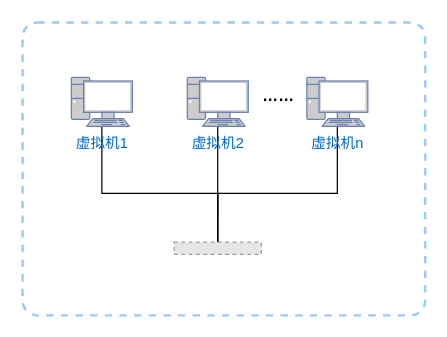
This is drawio/虚拟机网络隔离.drawio from hezhuma/image-repo, a draw.io file, before an edit. Source tidied: cells renumbered, new cells numbered last; positions are measured from the earlier drawing's top-left corner, leaving out a move shared by most shapes. Both pictures are drawn from the tidied source at 122%, with x=0, y=0 at pixel (22, 22). Pictures stored in the file or linked from it are replaced by grey dashed boxes.
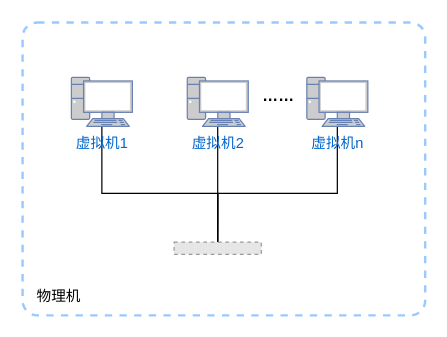
The same page after the edit.

Commit message (it also covers changes not shown here):
更新虚拟机网络隔离.drawio

The edit, as a diff of the source:
```diff
@@
 <mxGraphModel>
   <root>
     <mxCell id="0" />
     <mxCell id="1" parent="0" />
     <mxCell id="2" style="rounded=1;whiteSpace=wrap;html=1;arcSize=5;strokeWidth=2;dashed=1;strokeColor=#99C9FF;" parent="1" vertex="1">
       <mxGeometry width="330" height="240" as="geometry" />
     </mxCell>
     <mxCell id="3" style="edgeStyle=orthogonalEdgeStyle;rounded=0;jettySize=auto;html=1;entryX=0.5;entryY=0;entryDx=0;entryDy=0;endArrow=none;endFill=0;" parent="1" edge="1" source="4" target="10">
       <mxGeometry relative="1" as="geometry">
         <Array as="points">
           <mxPoint x="65" y="140" />
           <mxPoint x="160" y="140" />
         </Array>
       </mxGeometry>
     </mxCell>
     <mxCell id="4" value="虚拟机1" style="fontColor=#0066CC;verticalAlign=top;verticalLabelPosition=bottom;labelPosition=center;align=center;html=1;outlineConnect=0;fillColor=#CCCCCC;strokeColor=#6881B3;gradientColor=none;gradientDirection=north;strokeWidth=2;shape=mxgraph.networks.pc;" parent="1" vertex="1">
       <mxGeometry x="40" y="45" width="50" height="40" as="geometry" />
     </mxCell>
     <mxCell id="5" style="edgeStyle=orthogonalEdgeStyle;rounded=0;jettySize=auto;html=1;entryX=0.5;entryY=0;entryDx=0;entryDy=0;endArrow=none;endFill=0;" parent="1" edge="1" source="6" target="10">
       <mxGeometry relative="1" as="geometry" />
     </mxCell>
     <mxCell id="6" value="虚拟机2" style="fontColor=#0066CC;verticalAlign=top;verticalLabelPosition=bottom;labelPosition=center;align=center;html=1;outlineConnect=0;fillColor=#CCCCCC;strokeColor=#6881B3;gradientColor=none;gradientDirection=north;strokeWidth=2;shape=mxgraph.networks.pc;" parent="1" vertex="1">
       <mxGeometry x="135" y="45" width="50" height="40" as="geometry" />
     </mxCell>
     <mxCell id="7" style="edgeStyle=orthogonalEdgeStyle;rounded=0;jettySize=auto;html=1;entryX=0.5;entryY=0;entryDx=0;entryDy=0;endArrow=none;endFill=0;" parent="1" edge="1" source="8" target="10">
       <mxGeometry relative="1" as="geometry">
         <Array as="points">
           <mxPoint x="258" y="140" />
           <mxPoint x="160" y="140" />
         </Array>
       </mxGeometry>
     </mxCell>
     <mxCell id="8" value="虚拟机n" style="fontColor=#0066CC;verticalAlign=top;verticalLabelPosition=bottom;labelPosition=center;align=center;html=1;outlineConnect=0;fillColor=#CCCCCC;strokeColor=#6881B3;gradientColor=none;gradientDirection=north;strokeWidth=2;shape=mxgraph.networks.pc;" parent="1" vertex="1">
       <mxGeometry x="233" y="45" width="50" height="40" as="geometry" />
     </mxCell>
     <mxCell id="9" value="&lt;b&gt;&lt;font style=&quot;font-size: 13px;&quot;&gt;……&lt;/font&gt;&lt;/b&gt;" style="text;html=1;strokeColor=none;fillColor=none;align=center;verticalAlign=middle;whiteSpace=wrap;rounded=0;" parent="1" vertex="1">
       <mxGeometry x="180" y="45" width="60" height="30" as="geometry" />
     </mxCell>
     <mxCell id="10" style="fillColor=#E6E6E6;strokeColor=#999999;dashed=1;verticalLabelPosition=bottom;labelBackgroundColor=default;verticalAlign=top;" parent="1" vertex="1">
       <mxGeometry x="124.2" y="180" width="71.5" height="10" as="geometry" />
     </mxCell>
+    <mxCell id="11" value="物理机" style="text;html=1;strokeColor=none;fillColor=none;align=center;verticalAlign=middle;whiteSpace=wrap;rounded=0;" parent="1" vertex="1">
+      <mxGeometry y="210" width="60" height="30" as="geometry" />
+    </mxCell>
   </root>
 </mxGraphModel>
```
